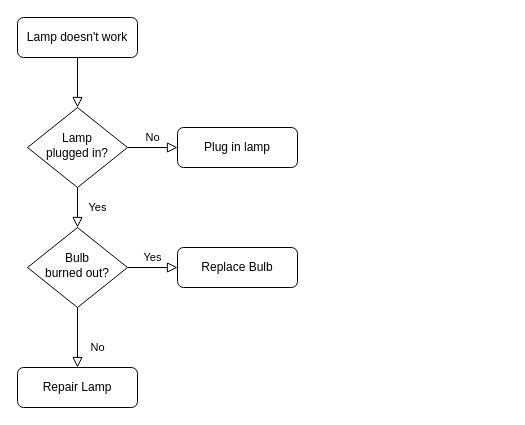
This is Untitled Diagram.drawio from Gazala45/MachineLearning, a draw.io file, before an edit. Source tidied: cells renumbered, new cells numbered last; positions are measured from the earlier drawing's top-left corner, leaving out a move shared by most shapes. Both pictures are drawn from the tidied source at 100%, with x=0, y=0 at pixel (17, 17).
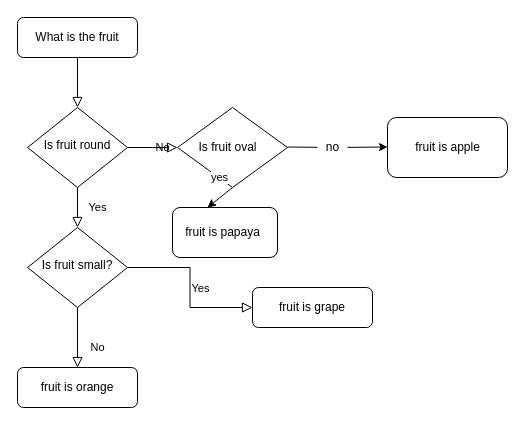
The same page after the edit.

What changed in the source:
```diff
@@
-    <mxCell id="3" value="Lamp doesn't work" style="rounded=1;whiteSpace=wrap;html=1;fontSize=12;glass=0;strokeWidth=1;shadow=0;" parent="1" vertex="1">
+    <mxCell id="3" value="What is the fruit" style="rounded=1;whiteSpace=wrap;html=1;fontSize=12;glass=0;strokeWidth=1;shadow=0;" parent="1" vertex="1">
       <mxGeometry width="120" height="40" as="geometry" />
     </mxCell>
@@
-    <mxCell id="5" value="No" style="edgeStyle=orthogonalEdgeStyle;rounded=0;html=1;jettySize=auto;fontSize=11;endArrow=block;endFill=0;endSize=8;strokeWidth=1;shadow=0;labelBackgroundColor=none;" parent="1" edge="1" source="6" target="7">
-      <mxGeometry y="10" relative="1" as="geometry" />
+    <mxCell id="5" value="No" style="edgeStyle=orthogonalEdgeStyle;rounded=0;html=1;jettySize=auto;fontSize=11;endArrow=block;endFill=0;endSize=8;strokeWidth=1;shadow=0;labelBackgroundColor=none;" parent="1" edge="1" source="6">
+      <mxGeometry y="10" relative="1" as="geometry">
+        <mxPoint x="160" y="130" as="targetPoint" />
+      </mxGeometry>
     </mxCell>
-    <mxCell id="6" value="Lamp&lt;br&gt;plugged in?" style="rhombus;whiteSpace=wrap;html=1;shadow=0;fontFamily=Helvetica;fontSize=12;align=center;strokeWidth=1;spacing=6;spacingTop=-4;" parent="1" vertex="1">
+    <mxCell id="6" value="Is fruit round" style="rhombus;whiteSpace=wrap;html=1;shadow=0;fontFamily=Helvetica;fontSize=12;align=center;strokeWidth=1;spacing=6;spacingTop=-4;" parent="1" vertex="1">
       <mxGeometry x="10" y="90" width="100" height="80" as="geometry" />
     </mxCell>
-    <mxCell id="7" value="Plug in lamp" style="rounded=1;whiteSpace=wrap;html=1;fontSize=12;glass=0;strokeWidth=1;shadow=0;" parent="1" vertex="1">
-      <mxGeometry x="160" y="110" width="120" height="40" as="geometry" />
-    </mxCell>
@@
-    <mxCell id="10" value="Bulb&lt;br&gt;burned out?" style="rhombus;whiteSpace=wrap;html=1;shadow=0;fontFamily=Helvetica;fontSize=12;align=center;strokeWidth=1;spacing=6;spacingTop=-4;" parent="1" vertex="1">
+    <mxCell id="10" value="Is fruit small?" style="rhombus;whiteSpace=wrap;html=1;shadow=0;fontFamily=Helvetica;fontSize=12;align=center;strokeWidth=1;spacing=6;spacingTop=-4;" parent="1" vertex="1">
       <mxGeometry x="10" y="210" width="100" height="80" as="geometry" />
     </mxCell>
-    <mxCell id="11" value="Repair Lamp" style="rounded=1;whiteSpace=wrap;html=1;fontSize=12;glass=0;strokeWidth=1;shadow=0;" parent="1" vertex="1">
+    <mxCell id="11" value="fruit is orange" style="rounded=1;whiteSpace=wrap;html=1;fontSize=12;glass=0;strokeWidth=1;shadow=0;" parent="1" vertex="1">
       <mxGeometry y="350" width="120" height="40" as="geometry" />
     </mxCell>
-    <mxCell id="12" value="Replace Bulb" style="rounded=1;whiteSpace=wrap;html=1;fontSize=12;glass=0;strokeWidth=1;shadow=0;" parent="1" vertex="1">
-      <mxGeometry x="160" y="230" width="120" height="40" as="geometry" />
+    <mxCell id="12" value="fruit is grape" style="rounded=1;whiteSpace=wrap;html=1;fontSize=12;glass=0;strokeWidth=1;shadow=0;" parent="1" vertex="1">
+      <mxGeometry x="235" y="270" width="120" height="40" as="geometry" />
     </mxCell>
+    <mxCell id="13" style="rhombus;whiteSpace=wrap;html=1;" parent="1" vertex="1">
+      <mxGeometry x="160" y="90" width="110" height="80" as="geometry" />
+    </mxCell>
+    <mxCell id="14" value="Is fruit oval" style="text;html=1;align=center;verticalAlign=middle;fillColor=none;strokeColor=none;rounded=0;" parent="1" vertex="1">
+      <mxGeometry x="175" y="120" width="70" height="20" as="geometry" />
+    </mxCell>
+    <mxCell id="15" style="endArrow=classic;html=1;rounded=0;startArrow=none;" parent="1" edge="1" source="16">
+      <mxGeometry relative="1" as="geometry">
+        <mxPoint x="370" y="129.5" as="targetPoint" />
+      </mxGeometry>
+    </mxCell>
+    <mxCell id="16" value="no" style="text;html=1;align=center;verticalAlign=middle;points=[];fillColor=none;strokeColor=none;rounded=0;" parent="1" vertex="1">
+      <mxGeometry x="300" y="120" width="30" height="20" as="geometry" />
+    </mxCell>
+    <mxCell id="17" style="endArrow=none;html=1;rounded=0;" parent="1" edge="1" target="16">
+      <mxGeometry relative="1" as="geometry">
+        <mxPoint x="270" y="129.5" as="sourcePoint" />
+      </mxGeometry>
+    </mxCell>
+    <mxCell id="18" style="rounded=1;whiteSpace=wrap;html=1;" parent="1" vertex="1">
+      <mxGeometry x="370" y="100" width="120" height="60" as="geometry" />
+    </mxCell>
+    <mxCell id="19" value="fruit is apple" style="text;html=1;align=center;verticalAlign=middle;fillColor=none;strokeColor=none;rounded=0;" parent="1" vertex="1">
+      <mxGeometry x="390" y="120" width="80" height="20" as="geometry" />
+    </mxCell>
+    <mxCell id="20" style="endArrow=classic;html=1;rounded=0;" parent="1" edge="1">
+      <mxGeometry relative="1" as="geometry">
+        <mxPoint x="215" y="170" as="sourcePoint" />
+        <mxPoint x="190" y="190" as="targetPoint" />
+      </mxGeometry>
+    </mxCell>
+    <mxCell id="21" value="yes" style="edgeLabel;html=1;align=center;verticalAlign=middle;" parent="20" vertex="1">
+      <mxGeometry relative="1" as="geometry">
+        <mxPoint x="-1" y="-20" as="offset" />
+      </mxGeometry>
+    </mxCell>
+    <mxCell id="22" style="rounded=1;whiteSpace=wrap;html=1;" parent="1" vertex="1">
+      <mxGeometry x="155" y="190" width="105" height="50" as="geometry" />
+    </mxCell>
+    <mxCell id="23" value="fruit is papaya" style="text;html=1;align=center;verticalAlign=middle;fillColor=none;strokeColor=none;rounded=0;" parent="1" vertex="1">
+      <mxGeometry x="160" y="205" width="90" height="20" as="geometry" />
+    </mxCell>
```
